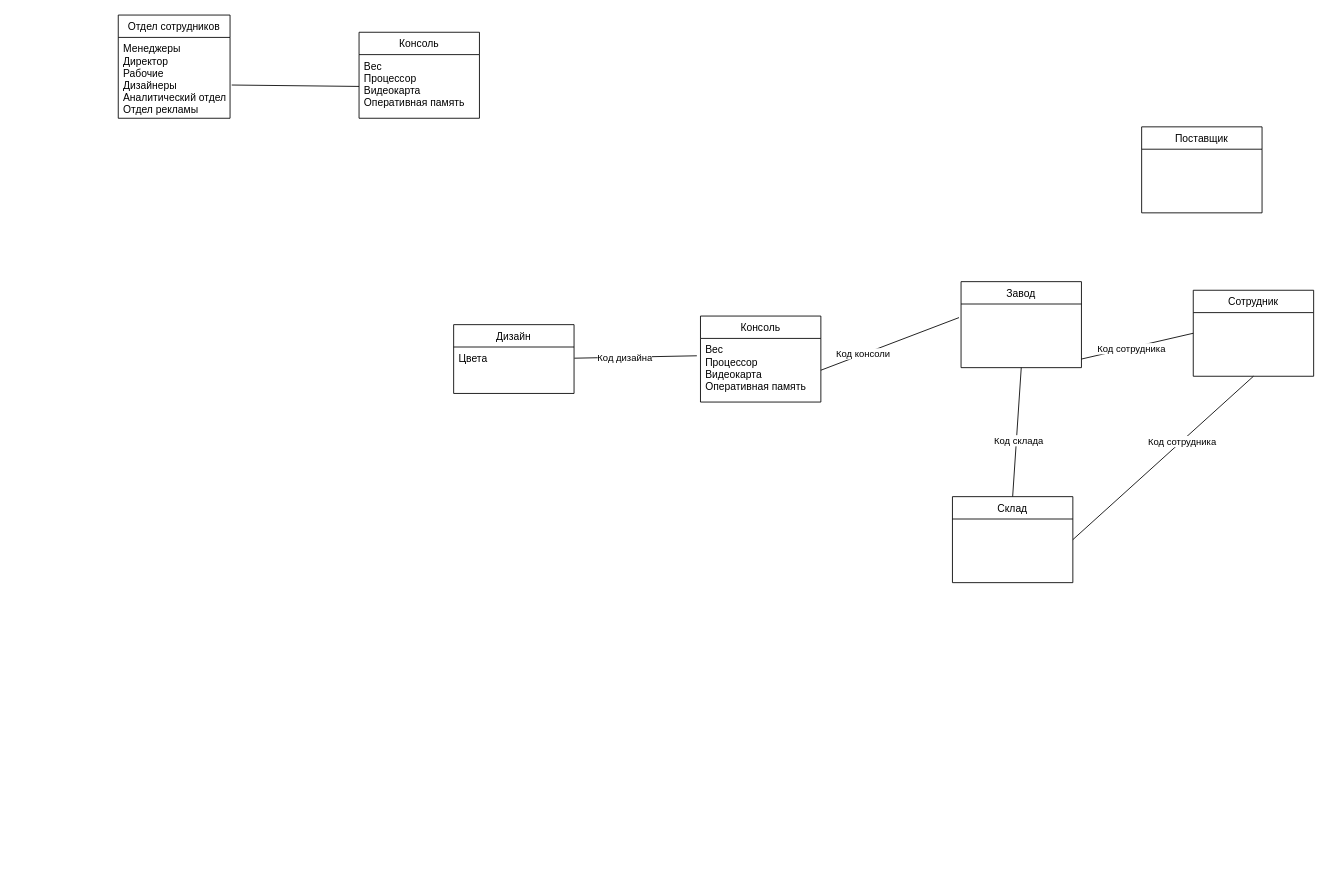
Merfarion/Diagrams-and-schemes keeps this draw.io diagram as БД.drawio. Above is the earlier version. Source tidied: cells renumbered, new cells numbered last; positions are measured from the earlier drawing's top-left corner, leaving out a move shared by most shapes. Both pictures are drawn from the tidied source at 86%, with x=0, y=0 at pixel (118, 15).
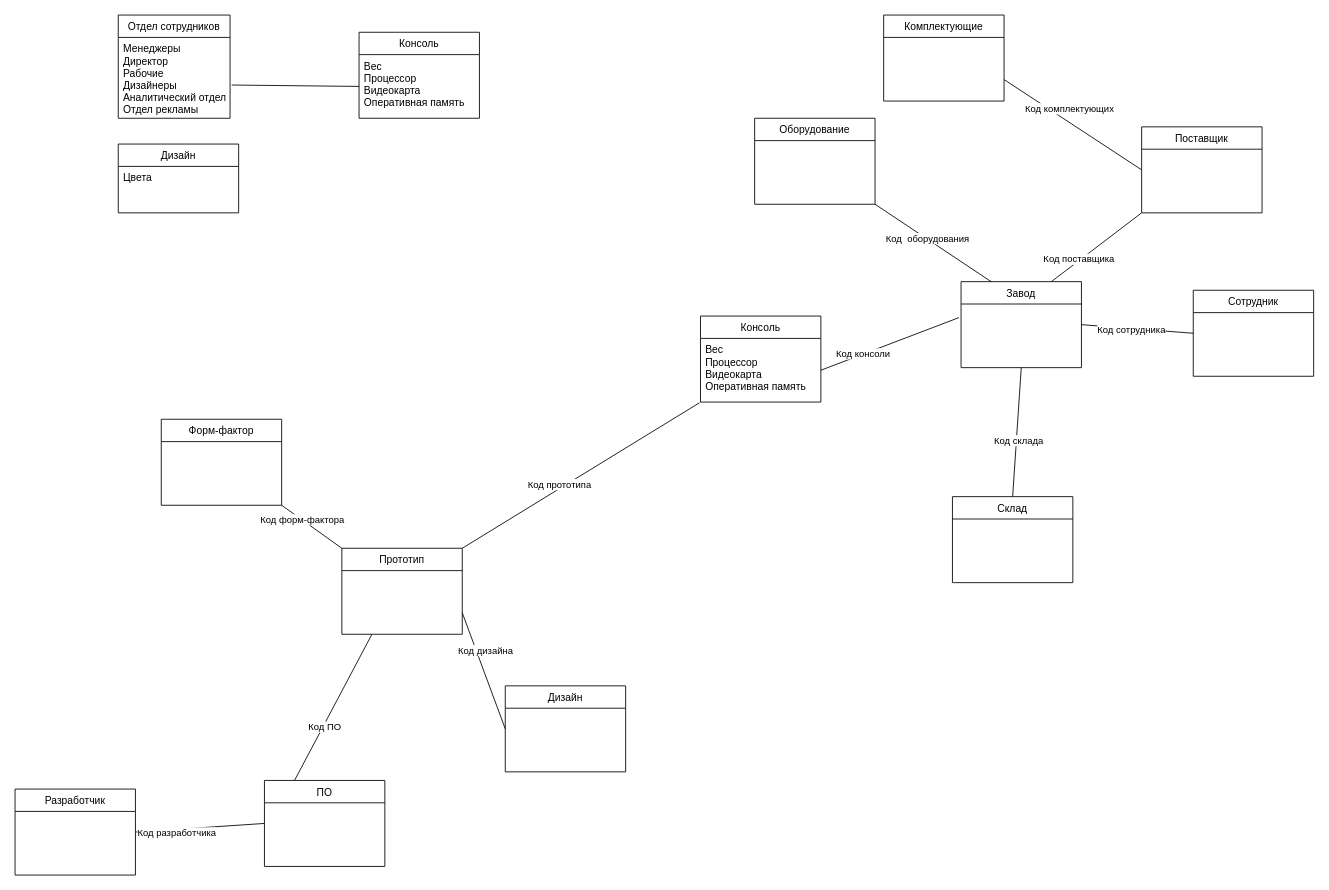
The same diagram, later.

Unchanged cells that the change refers to:
```xml
<mxCell id="4" value="Завод" style="swimlane;fontStyle=0;horizontal=1;startSize=26;" parent="1" vertex="1">
  <mxGeometry x="980" y="310" width="140" height="100" as="geometry" />
</mxCell>
<mxCell id="9" value="Вес&#10;Процессор&#10;Видеокарта&#10;Оперативная память" style="text;strokeColor=none;fillColor=none;align=left;verticalAlign=top;spacingLeft=4;spacingRight=4;overflow=hidden;points=[[0,0.5],[1,0.5]];portConstraint=eastwest;" parent="8" vertex="1">
  <mxGeometry y="26" width="140" height="74" as="geometry" />
</mxCell>
<mxCell id="11" value="Цвета&#10;" style="text;strokeColor=none;fillColor=none;align=left;verticalAlign=top;spacingLeft=4;spacingRight=4;overflow=hidden;points=[[0,0.5],[1,0.5]];portConstraint=eastwest;" parent="10" vertex="1">
  <mxGeometry y="26" width="140" height="54" as="geometry" />
</mxCell>
<mxCell id="16" value="Сотрудник" style="swimlane;fontStyle=0;horizontal=1;startSize=26;" parent="1" vertex="1">
  <mxGeometry x="1250" y="320" width="140" height="100" as="geometry" />
</mxCell>
<mxCell id="21" value="Склад" style="swimlane;fontStyle=0;horizontal=1;startSize=26;" parent="1" vertex="1">
  <mxGeometry x="970" y="560" width="140" height="100" as="geometry" />
</mxCell>
<mxCell id="24" value="Поставщик" style="swimlane;fontStyle=0;horizontal=1;startSize=26;" parent="1" vertex="1">
  <mxGeometry x="1190" y="130" width="140" height="100" as="geometry" />
</mxCell>
```

The edit, as a diff of the source:
```diff
@@
     <mxCell id="10" value="Дизайн" style="swimlane;fontStyle=0;horizontal=1;startSize=26;" parent="1" vertex="1">
-      <mxGeometry x="390" y="360" width="140" height="80" as="geometry" />
+      <mxGeometry y="150" width="140" height="80" as="geometry" />
     </mxCell>
@@
-    <mxCell id="12" style="endArrow=none;html=1;exitX=1.003;exitY=0.241;exitDx=0;exitDy=0;exitPerimeter=0;entryX=-0.03;entryY=0.273;entryDx=0;entryDy=0;entryPerimeter=0;" parent="1" edge="1" source="11" target="9">
-      <mxGeometry relative="1" as="geometry" />
-    </mxCell>
-    <mxCell id="13" value="Код дизайна" style="edgeLabel;html=1;align=center;verticalAlign=middle;" parent="12" vertex="1">
-      <mxGeometry x="-0.18" y="-1" relative="1" as="geometry" />
-    </mxCell>
@@
-    <mxCell id="17" style="endArrow=none;html=1;entryX=0;entryY=0.5;entryDx=0;entryDy=0;" parent="1" edge="1" target="16">
-      <mxGeometry relative="1" as="geometry">
-        <mxPoint x="1120" y="400" as="sourcePoint" />
-      </mxGeometry>
+    <mxCell id="17" style="endArrow=none;html=1;entryX=0;entryY=0.5;entryDx=0;entryDy=0;exitX=1;exitY=0.5;exitDx=0;exitDy=0;" parent="1" edge="1" source="4" target="16">
+      <mxGeometry relative="1" as="geometry" />
     </mxCell>
@@
-    <mxCell id="22" style="endArrow=none;html=1;entryX=0.5;entryY=1;entryDx=0;entryDy=0;exitX=1;exitY=0.5;exitDx=0;exitDy=0;" parent="1" edge="1" source="21" target="16">
-      <mxGeometry relative="1" as="geometry" />
-    </mxCell>
-    <mxCell id="23" value="Код сотрудника" style="edgeLabel;html=1;align=center;verticalAlign=middle;" parent="22" vertex="1">
-      <mxGeometry x="0.2" relative="1" as="geometry" />
-    </mxCell>
@@
+    <mxCell id="25" style="endArrow=none;html=1;entryX=0;entryY=1;entryDx=0;entryDy=0;exitX=0.75;exitY=0;exitDx=0;exitDy=0;" parent="1" edge="1" source="4" target="24">
+      <mxGeometry relative="1" as="geometry" />
+    </mxCell>
+    <mxCell id="26" value="Код поставщика" style="edgeLabel;html=1;align=center;verticalAlign=middle;" parent="25" vertex="1">
+      <mxGeometry x="-0.39" y="1" relative="1" as="geometry">
+        <mxPoint y="-1" as="offset" />
+      </mxGeometry>
+    </mxCell>
+    <mxCell id="27" value="Комплектующие" style="swimlane;fontStyle=0;horizontal=1;startSize=26;" parent="1" vertex="1">
+      <mxGeometry x="890" width="140" height="100" as="geometry" />
+    </mxCell>
+    <mxCell id="28" style="endArrow=none;html=1;entryX=1;entryY=0.75;entryDx=0;entryDy=0;exitX=0;exitY=0.5;exitDx=0;exitDy=0;" parent="1" edge="1" source="24" target="27">
+      <mxGeometry relative="1" as="geometry" />
+    </mxCell>
+    <mxCell id="29" value="Код комплектующих" style="edgeLabel;html=1;align=center;verticalAlign=middle;" parent="28" vertex="1">
+      <mxGeometry x="0.39" y="2" relative="1" as="geometry">
+        <mxPoint x="28" as="offset" />
+      </mxGeometry>
+    </mxCell>
+    <mxCell id="30" value="Прототип" style="swimlane;fontStyle=0;horizontal=1;startSize=26;" parent="1" vertex="1">
+      <mxGeometry x="260" y="620" width="140" height="100" as="geometry" />
+    </mxCell>
+    <mxCell id="31" style="endArrow=none;html=1;entryX=-0.007;entryY=1.01;entryDx=0;entryDy=0;entryPerimeter=0;exitX=1;exitY=0;exitDx=0;exitDy=0;" parent="1" edge="1" source="30" target="9">
+      <mxGeometry relative="1" as="geometry" />
+    </mxCell>
+    <mxCell id="32" value="Код прототипа" style="edgeLabel;html=1;align=center;verticalAlign=middle;" parent="31" vertex="1">
+      <mxGeometry x="-0.17" y="4" relative="1" as="geometry">
+        <mxPoint y="-1" as="offset" />
+      </mxGeometry>
+    </mxCell>
+    <mxCell id="33" value="Дизайн" style="swimlane;fontStyle=0;horizontal=1;startSize=26;" parent="1" vertex="1">
+      <mxGeometry x="450" y="780" width="140" height="100" as="geometry" />
+    </mxCell>
+    <mxCell id="34" value="Форм-фактор" style="swimlane;fontStyle=0;horizontal=1;startSize=26;" parent="1" vertex="1">
+      <mxGeometry x="50" y="470" width="140" height="100" as="geometry" />
+    </mxCell>
+    <mxCell id="35" style="endArrow=none;html=1;entryX=1;entryY=1;entryDx=0;entryDy=0;exitX=0;exitY=0;exitDx=0;exitDy=0;" parent="1" edge="1" source="30" target="34">
+      <mxGeometry relative="1" as="geometry" />
+    </mxCell>
+    <mxCell id="36" value="Код форм-фактора" style="edgeLabel;html=1;align=center;verticalAlign=middle;" parent="35" vertex="1">
+      <mxGeometry x="0.32" relative="1" as="geometry" />
+    </mxCell>
+    <mxCell id="37" style="endArrow=none;html=1;exitX=1;exitY=0.75;exitDx=0;exitDy=0;entryX=0;entryY=0.5;entryDx=0;entryDy=0;" parent="1" edge="1" source="30" target="33">
+      <mxGeometry relative="1" as="geometry" />
+    </mxCell>
+    <mxCell id="13" value="Код дизайна" style="edgeLabel;html=1;align=center;verticalAlign=middle;" parent="37" vertex="1">
+      <mxGeometry x="-0.48" y="-3" relative="1" as="geometry">
+        <mxPoint x="16" y="8" as="offset" />
+      </mxGeometry>
+    </mxCell>
+    <mxCell id="38" value="ПО" style="swimlane;fontStyle=0;horizontal=1;startSize=26;" parent="1" vertex="1">
+      <mxGeometry x="170" y="890" width="140" height="100" as="geometry" />
+    </mxCell>
+    <mxCell id="39" style="endArrow=none;html=1;entryX=0.25;entryY=1;entryDx=0;entryDy=0;exitX=0.25;exitY=0;exitDx=0;exitDy=0;" parent="1" edge="1" source="38" target="30">
+      <mxGeometry relative="1" as="geometry" />
+    </mxCell>
+    <mxCell id="40" value="Код ПО" style="edgeLabel;html=1;align=center;verticalAlign=middle;" parent="39" vertex="1">
+      <mxGeometry x="-0.26" y="-2" relative="1" as="geometry">
+        <mxPoint y="-1" as="offset" />
+      </mxGeometry>
+    </mxCell>
+    <mxCell id="41" value="Разработчик" style="swimlane;fontStyle=0;horizontal=1;startSize=26;" parent="1" vertex="1">
+      <mxGeometry x="-120" y="900" width="140" height="100" as="geometry" />
+    </mxCell>
+    <mxCell id="42" style="endArrow=none;html=1;exitX=1;exitY=0.5;exitDx=0;exitDy=0;entryX=0;entryY=0.5;entryDx=0;entryDy=0;" parent="1" edge="1" source="41" target="38">
+      <mxGeometry relative="1" as="geometry" />
+    </mxCell>
+    <mxCell id="43" value="Код разработчика" style="edgeLabel;html=1;align=center;verticalAlign=middle;" parent="42" vertex="1">
+      <mxGeometry x="-0.37" y="-4" relative="1" as="geometry" />
+    </mxCell>
+    <mxCell id="44" value="Оборудование" style="swimlane;fontStyle=0;horizontal=1;startSize=26;" parent="1" vertex="1">
+      <mxGeometry x="740" y="120" width="140" height="100" as="geometry" />
+    </mxCell>
+    <mxCell id="45" style="endArrow=none;html=1;entryX=1;entryY=1;entryDx=0;entryDy=0;exitX=0.25;exitY=0;exitDx=0;exitDy=0;" parent="1" edge="1" source="4" target="44">
+      <mxGeometry relative="1" as="geometry" />
+    </mxCell>
+    <mxCell id="46" value="Код&amp;nbsp; оборудования" style="edgeLabel;html=1;align=center;verticalAlign=middle;" parent="45" vertex="1">
+      <mxGeometry x="0.56" y="-2" relative="1" as="geometry">
+        <mxPoint x="30" y="22" as="offset" />
+      </mxGeometry>
+    </mxCell>
```
